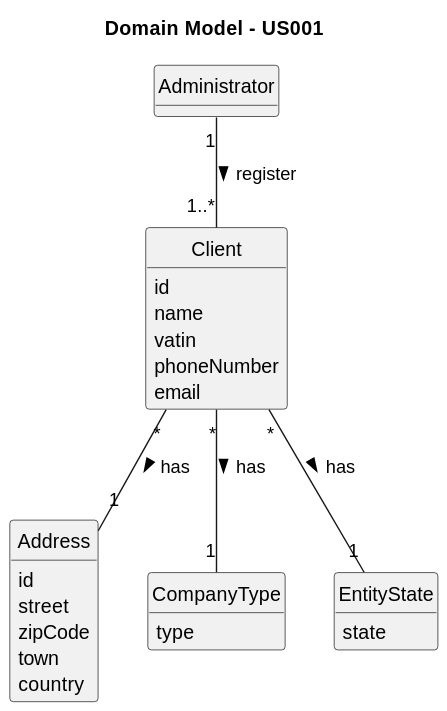
Above: documentation/user-stories/us005/02.analysis/svg/us005-domain-model.svg in daniel41silva05/Production_Control_Industrial_ISEP (PlantUML), before the change. Source of this version:
```plantuml
@startuml
skinparam monochrome true
skinparam packageStyle rectangle
skinparam shadowing false

skinparam classAttributeIconSize 0

hide circle
hide methods

title Domain Model - US001

class Administrator {
}

class Client {
    id
    name
    vatin
    phoneNumber
    email
}

class Address {
    id
    street
    zipCode
    town
    country
}

enum CompanyType {
    type
}

enum EntityState {
    state
}

Administrator "1" -- "1..*" Client : register >
Client "*" -- "1" Address : has >
Client "*" -- "1" CompanyType : has >
Client "*" -- "1" EntityState : has >
@enduml
```
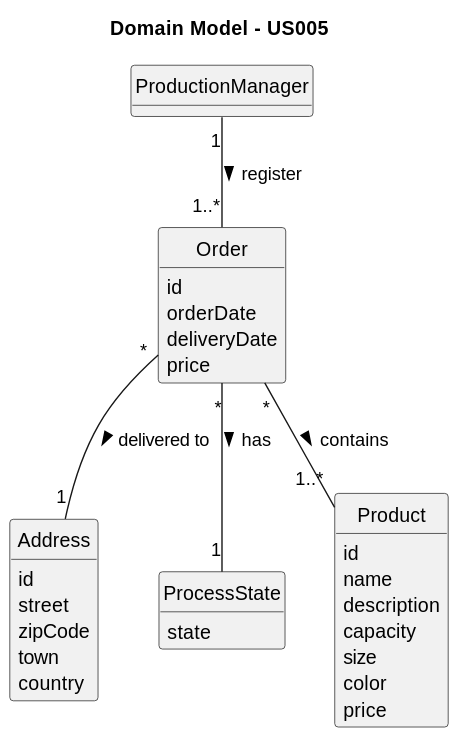
After the commit.

What changed in the source:
```diff
@@ -8,17 +8,16 @@
 hide circle
 hide methods
 
-title Domain Model - US001
+title Domain Model - US005
 
-class Administrator {
+class ProductionManager {
 }
 
-class Client {
+class Order {
     id
-    name
-    vatin
-    phoneNumber
-    email
+    orderDate
+    deliveryDate
+    price
 }
 
 class Address {
@@ -29,16 +28,23 @@
     country
 }
 
-enum CompanyType {
-    type
-}
-
-enum EntityState {
+enum ProcessState {
     state
 }
 
-Administrator "1" -- "1..*" Client : register >
-Client "*" -- "1" Address : has >
-Client "*" -- "1" CompanyType : has >
-Client "*" -- "1" EntityState : has >
+class Product {
+    id
+    name
+    description
+    capacity
+    size
+    color
+    price
+}
+
+
+ProductionManager "1" -- "1..*" Order : register >
+Order "*" -- "1..*" Product : contains >
+Order "*" -- "1" Address : delivered to >
+Order "*" -- "1" ProcessState : has >
 @enduml
```
